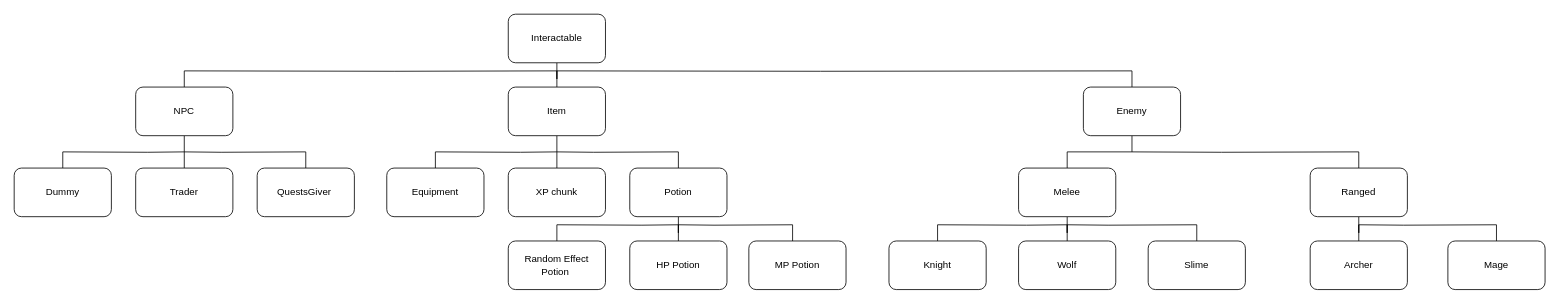
This is 2/2.drawio from IvvIM/unity_uni, a draw.io file, before an edit. Source tidied: cells renumbered, new cells numbered last; positions are measured from the earlier drawing's top-left corner, leaving out a move shared by most shapes. Both pictures are drawn from the tidied source at 81%, with x=0, y=0 at pixel (14, 14).
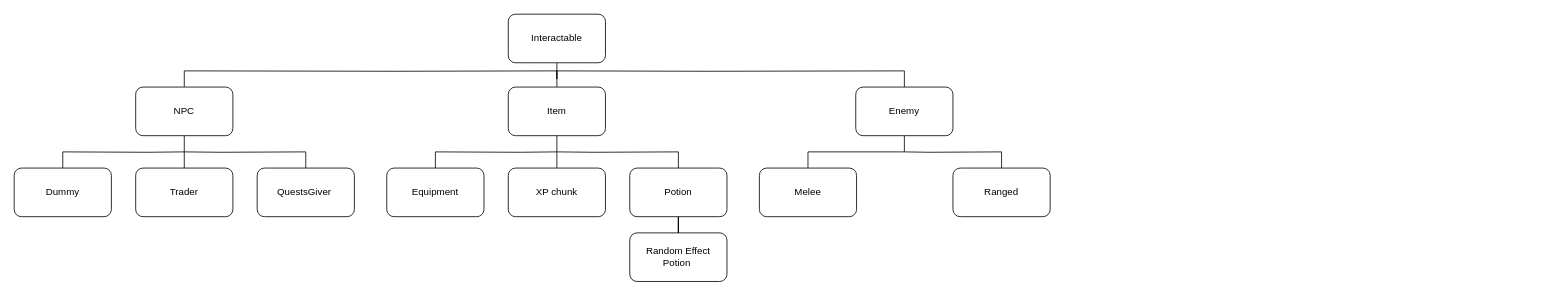
The same page after the edit.

The change refers to these unchanged cells:
```xml
<mxCell id="25" value="Potion" style="rounded=1;whiteSpace=wrap;html=1;" parent="1" vertex="1">
  <mxGeometry x="760" y="190" width="120" height="60" as="geometry" />
</mxCell>
```

Change to the diagram source:
```diff
@@
     <mxCell id="15" style="edgeStyle=orthogonalEdgeStyle;rounded=0;jettySize=auto;html=1;entryX=0.5;entryY=0;entryDx=0;entryDy=0;endArrow=none;endFill=0;" parent="1" edge="1" target="32">
       <mxGeometry relative="1" as="geometry">
-        <mxPoint x="1380" y="170" as="sourcePoint" />
+        <mxPoint x="1099" y="170" as="sourcePoint" />
       </mxGeometry>
     </mxCell>
     <mxCell id="16" value="Enemy" style="rounded=1;whiteSpace=wrap;html=1;" parent="1" vertex="1">
-      <mxGeometry x="1320" y="90" width="120" height="60" as="geometry" />
+      <mxGeometry x="1039" y="90" width="120" height="60" as="geometry" />
     </mxCell>
@@
-    <mxCell id="22" style="edgeStyle=orthogonalEdgeStyle;rounded=0;jettySize=auto;html=1;entryX=0.5;entryY=0;entryDx=0;entryDy=0;endArrow=none;endFill=0;" parent="1" edge="1" source="25" target="34">
-      <mxGeometry relative="1" as="geometry" />
-    </mxCell>
-    <mxCell id="23" style="edgeStyle=orthogonalEdgeStyle;rounded=0;jettySize=auto;html=1;endArrow=none;endFill=0;" parent="1" edge="1" target="33">
-      <mxGeometry relative="1" as="geometry">
-        <mxPoint x="820" y="260" as="sourcePoint" />
-      </mxGeometry>
+    <mxCell id="23" style="edgeStyle=orthogonalEdgeStyle;rounded=0;jettySize=auto;html=1;endArrow=none;endFill=0;exitX=0.5;exitY=1;exitDx=0;exitDy=0;" parent="1" edge="1" source="25" target="33">
+      <mxGeometry relative="1" as="geometry" />
     </mxCell>
-    <mxCell id="24" style="edgeStyle=orthogonalEdgeStyle;rounded=0;jettySize=auto;html=1;entryX=0.45;entryY=0.017;entryDx=0;entryDy=0;entryPerimeter=0;endArrow=none;endFill=0;" parent="1" edge="1" target="35">
-      <mxGeometry relative="1" as="geometry">
-        <mxPoint x="820" y="260" as="sourcePoint" />
-      </mxGeometry>
-    </mxCell>
@@
-    <mxCell id="26" style="edgeStyle=orthogonalEdgeStyle;rounded=0;jettySize=auto;html=1;entryX=0.5;entryY=0;entryDx=0;entryDy=0;endArrow=none;endFill=0;" parent="1" edge="1" target="37">
-      <mxGeometry relative="1" as="geometry">
-        <mxPoint x="1300" y="260" as="sourcePoint" />
-      </mxGeometry>
-    </mxCell>
-    <mxCell id="27" style="edgeStyle=orthogonalEdgeStyle;rounded=0;jettySize=auto;html=1;entryX=0.5;entryY=0;entryDx=0;entryDy=0;endArrow=none;endFill=0;" parent="1" edge="1" source="29" target="36">
-      <mxGeometry relative="1" as="geometry" />
-    </mxCell>
-    <mxCell id="28" style="edgeStyle=orthogonalEdgeStyle;rounded=0;jettySize=auto;html=1;endArrow=none;endFill=0;" parent="1" edge="1" target="38">
-      <mxGeometry relative="1" as="geometry">
-        <mxPoint x="1300" y="260" as="sourcePoint" />
-      </mxGeometry>
-    </mxCell>
     <mxCell id="29" value="Melee" style="rounded=1;whiteSpace=wrap;html=1;" parent="1" vertex="1">
-      <mxGeometry x="1240" y="190" width="120" height="60" as="geometry" />
+      <mxGeometry x="920" y="190" width="120" height="60" as="geometry" />
     </mxCell>
-    <mxCell id="30" style="edgeStyle=orthogonalEdgeStyle;rounded=0;jettySize=auto;html=1;entryX=0.5;entryY=0;entryDx=0;entryDy=0;endArrow=none;endFill=0;" parent="1" edge="1" source="32" target="39">
-      <mxGeometry relative="1" as="geometry" />
-    </mxCell>
-    <mxCell id="31" style="edgeStyle=orthogonalEdgeStyle;rounded=0;jettySize=auto;html=1;endArrow=none;endFill=0;" parent="1" edge="1" target="40">
-      <mxGeometry relative="1" as="geometry">
-        <mxPoint x="1660" y="260" as="sourcePoint" />
-      </mxGeometry>
-    </mxCell>
     <mxCell id="32" value="Ranged" style="rounded=1;whiteSpace=wrap;html=1;" parent="1" vertex="1">
-      <mxGeometry x="1600" y="190" width="120" height="60" as="geometry" />
+      <mxGeometry x="1159" y="190" width="120" height="60" as="geometry" />
     </mxCell>
     <mxCell id="33" value="Random Effect Potion&amp;nbsp;" style="rounded=1;whiteSpace=wrap;html=1;" parent="1" vertex="1">
-      <mxGeometry x="610" y="280" width="120" height="60" as="geometry" />
+      <mxGeometry x="760" y="270" width="120" height="60" as="geometry" />
     </mxCell>
-    <mxCell id="34" value="HP Potion" style="rounded=1;whiteSpace=wrap;html=1;" parent="1" vertex="1">
-      <mxGeometry x="760" y="280" width="120" height="60" as="geometry" />
-    </mxCell>
-    <mxCell id="35" value="MP Potion" style="rounded=1;whiteSpace=wrap;html=1;" parent="1" vertex="1">
-      <mxGeometry x="907" y="280" width="120" height="60" as="geometry" />
-    </mxCell>
-    <mxCell id="36" value="Wolf" style="rounded=1;whiteSpace=wrap;html=1;" parent="1" vertex="1">
-      <mxGeometry x="1240" y="280" width="120" height="60" as="geometry" />
-    </mxCell>
-    <mxCell id="37" value="Knight" style="rounded=1;whiteSpace=wrap;html=1;" parent="1" vertex="1">
-      <mxGeometry x="1080" y="280" width="120" height="60" as="geometry" />
-    </mxCell>
-    <mxCell id="38" value="Slime" style="rounded=1;whiteSpace=wrap;html=1;" parent="1" vertex="1">
-      <mxGeometry x="1400" y="280" width="120" height="60" as="geometry" />
-    </mxCell>
-    <mxCell id="39" value="Archer" style="rounded=1;whiteSpace=wrap;html=1;" parent="1" vertex="1">
-      <mxGeometry x="1600" y="280" width="120" height="60" as="geometry" />
-    </mxCell>
-    <mxCell id="40" value="Mage" style="rounded=1;whiteSpace=wrap;html=1;" parent="1" vertex="1">
-      <mxGeometry x="1770" y="280" width="120" height="60" as="geometry" />
-    </mxCell>
```
